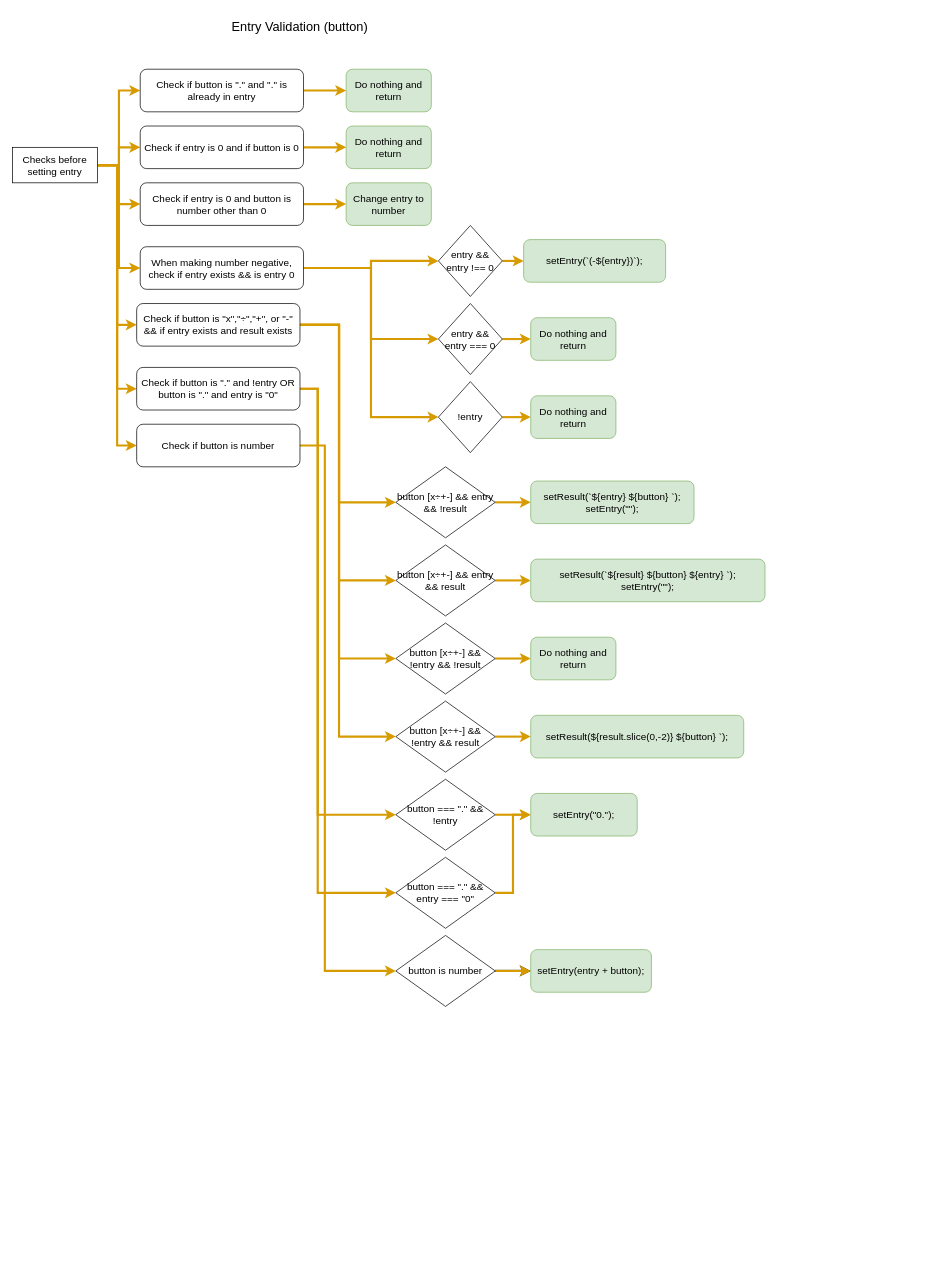
Above: Reactive-Calculator-Diagram.drawio in Joeseff6/Reactive-Calculator (draw.io), before the change. Source tidied: cells renumbered, new cells numbered last; positions are measured from the earlier drawing's top-left corner, leaving out a move shared by most shapes. Both pictures are drawn from the tidied source at 71%, with x=0, y=0 at pixel (12, 12). Pictures stored in the file or linked from it are replaced by grey dashed boxes.
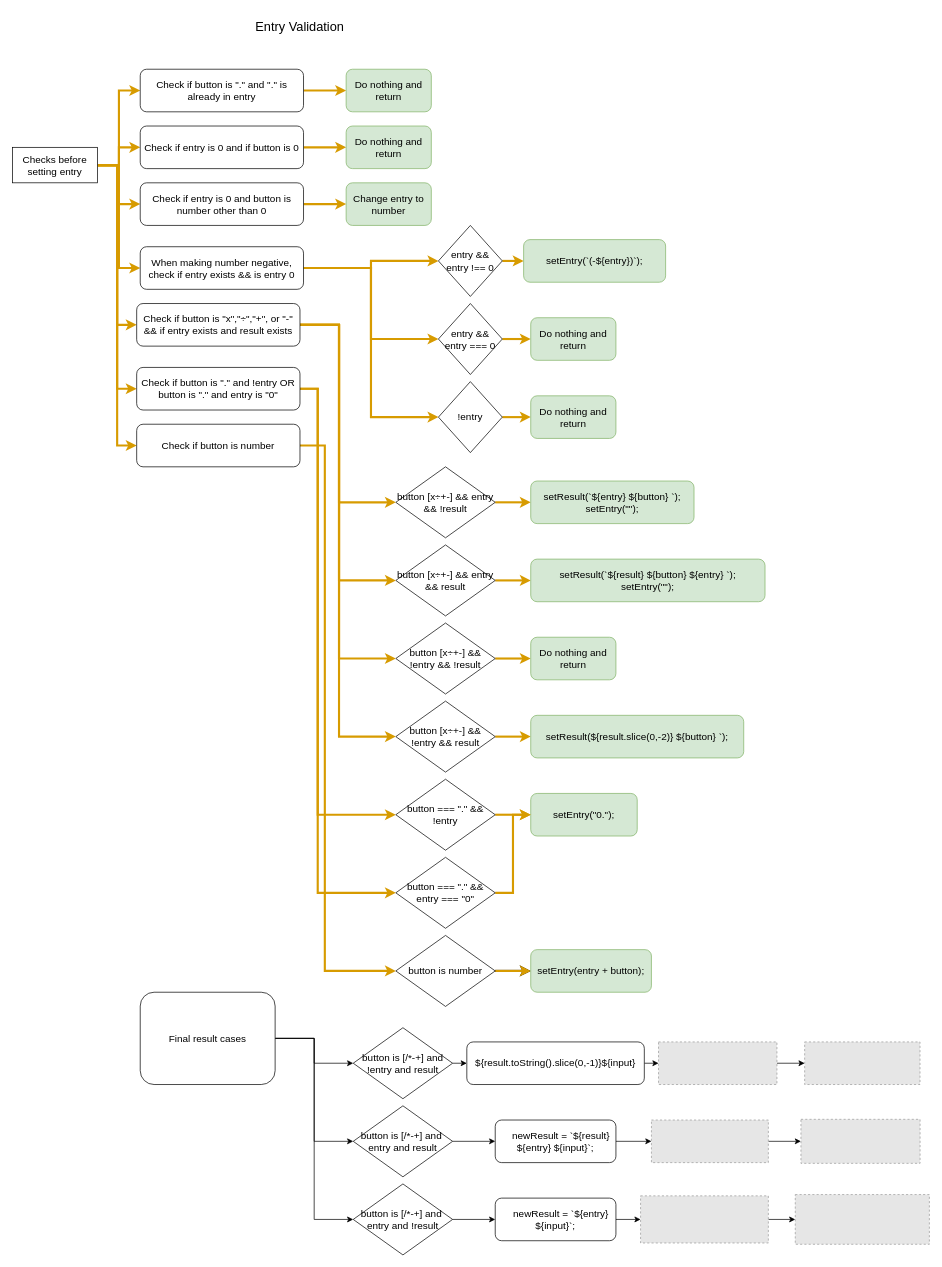
Above is the later version.

Commit message:
Added logic - final result cases

Diff of the diagram source:
```diff
@@
-    <mxCell id="2" value="Entry Validation (button)" style="text;html=1;strokeColor=none;fillColor=none;align=center;verticalAlign=middle;whiteSpace=wrap;rounded=0;fontSize=18;" parent="1" vertex="1">
+    <mxCell id="2" value="Entry Validation" style="text;html=1;strokeColor=none;fillColor=none;align=center;verticalAlign=middle;whiteSpace=wrap;rounded=0;fontSize=18;" parent="1" vertex="1">
       <mxGeometry x="305" width="200" height="40" as="geometry" />
     </mxCell>
@@
+    <mxCell id="64" style="edgeStyle=orthogonalEdgeStyle;rounded=0;jettySize=auto;html=1;exitX=1;exitY=0.5;exitDx=0;exitDy=0;fontSize=14;" parent="1" edge="1" source="67" target="69">
+      <mxGeometry relative="1" as="geometry" />
+    </mxCell>
+    <mxCell id="65" style="edgeStyle=orthogonalEdgeStyle;rounded=0;jettySize=auto;html=1;exitX=1;exitY=0.5;exitDx=0;exitDy=0;entryX=0;entryY=0.5;entryDx=0;entryDy=0;fontSize=14;" parent="1" edge="1" source="67" target="71">
+      <mxGeometry relative="1" as="geometry" />
+    </mxCell>
+    <mxCell id="66" style="edgeStyle=orthogonalEdgeStyle;rounded=0;jettySize=auto;html=1;exitX=1;exitY=0.5;exitDx=0;exitDy=0;entryX=0;entryY=0.5;entryDx=0;entryDy=0;fontSize=14;" parent="1" edge="1" source="67" target="73">
+      <mxGeometry relative="1" as="geometry" />
+    </mxCell>
+    <mxCell id="67" value="&lt;font style=&quot;font-size: 14px&quot;&gt;Final result cases&lt;br&gt;&lt;/font&gt;" style="rounded=1;whiteSpace=wrap;html=1;" parent="1" vertex="1">
+      <mxGeometry x="180" y="1380" width="190" height="130" as="geometry" />
+    </mxCell>
+    <mxCell id="68" style="edgeStyle=orthogonalEdgeStyle;rounded=0;jettySize=auto;html=1;exitX=1;exitY=0.5;exitDx=0;exitDy=0;entryX=0;entryY=0.5;entryDx=0;entryDy=0;fontSize=14;" parent="1" edge="1" source="69" target="77">
+      <mxGeometry relative="1" as="geometry" />
+    </mxCell>
+    <mxCell id="69" value="button is [/*-+] and !entry and result" style="rhombus;whiteSpace=wrap;html=1;fontSize=14;" parent="1" vertex="1">
+      <mxGeometry x="480" y="1430" width="140" height="100" as="geometry" />
+    </mxCell>
+    <mxCell id="70" style="edgeStyle=orthogonalEdgeStyle;rounded=0;jettySize=auto;html=1;exitX=1;exitY=0.5;exitDx=0;exitDy=0;entryX=0;entryY=0.5;entryDx=0;entryDy=0;fontSize=14;" parent="1" edge="1" source="71" target="75">
+      <mxGeometry relative="1" as="geometry" />
+    </mxCell>
+    <mxCell id="71" value="button is [/*-+] and&amp;nbsp; entry and result" style="rhombus;whiteSpace=wrap;html=1;fontSize=14;" parent="1" vertex="1">
+      <mxGeometry x="480" y="1540" width="140" height="100" as="geometry" />
+    </mxCell>
+    <mxCell id="72" style="edgeStyle=orthogonalEdgeStyle;rounded=0;jettySize=auto;html=1;exitX=1;exitY=0.5;exitDx=0;exitDy=0;entryX=0;entryY=0.5;entryDx=0;entryDy=0;fontSize=14;" parent="1" edge="1" source="73" target="79">
+      <mxGeometry relative="1" as="geometry" />
+    </mxCell>
+    <mxCell id="73" value="button is [/*-+] and&amp;nbsp; entry and !result" style="rhombus;whiteSpace=wrap;html=1;fontSize=14;" parent="1" vertex="1">
+      <mxGeometry x="480" y="1650" width="140" height="100" as="geometry" />
+    </mxCell>
+    <mxCell id="74" style="edgeStyle=orthogonalEdgeStyle;rounded=0;jettySize=auto;html=1;exitX=1;exitY=0.5;exitDx=0;exitDy=0;entryX=0;entryY=0.5;entryDx=0;entryDy=0;fontSize=14;" parent="1" edge="1" source="75" target="84">
+      <mxGeometry relative="1" as="geometry" />
+    </mxCell>
+    <mxCell id="75" value="&lt;div&gt;&amp;nbsp; &amp;nbsp; newResult = `${result} ${entry} ${input}`;&lt;/div&gt;" style="rounded=1;whiteSpace=wrap;html=1;fontSize=14;" parent="1" vertex="1">
+      <mxGeometry x="680" y="1560" width="170" height="60" as="geometry" />
+    </mxCell>
+    <mxCell id="76" style="edgeStyle=orthogonalEdgeStyle;rounded=0;jettySize=auto;html=1;exitX=1;exitY=0.5;exitDx=0;exitDy=0;entryX=0;entryY=0.5;entryDx=0;entryDy=0;fontSize=14;" parent="1" edge="1" source="77" target="87">
+      <mxGeometry relative="1" as="geometry" />
+    </mxCell>
+    <mxCell id="77" value="&lt;div&gt;${result.toString().slice(0,-1)}${input}&lt;/div&gt;" style="rounded=1;whiteSpace=wrap;html=1;fontSize=14;" parent="1" vertex="1">
+      <mxGeometry x="640" y="1450" width="250" height="60" as="geometry" />
+    </mxCell>
+    <mxCell id="78" style="edgeStyle=orthogonalEdgeStyle;rounded=0;jettySize=auto;html=1;exitX=1;exitY=0.5;exitDx=0;exitDy=0;entryX=0;entryY=0.5;entryDx=0;entryDy=0;fontSize=14;" parent="1" edge="1" source="79" target="81">
+      <mxGeometry relative="1" as="geometry" />
+    </mxCell>
+    <mxCell id="79" value="&lt;div&gt;&amp;nbsp; &amp;nbsp; newResult = `${entry} ${input}`;&lt;/div&gt;" style="rounded=1;whiteSpace=wrap;html=1;fontSize=14;" parent="1" vertex="1">
+      <mxGeometry x="680" y="1670" width="170" height="60" as="geometry" />
+    </mxCell>
+    <mxCell id="80" style="edgeStyle=orthogonalEdgeStyle;rounded=0;jettySize=auto;html=1;exitX=1;exitY=0.5;exitDx=0;exitDy=0;entryX=0;entryY=0.5;entryDx=0;entryDy=0;fontSize=14;" parent="1" edge="1" source="81" target="82">
+      <mxGeometry relative="1" as="geometry" />
+    </mxCell>
+    <mxCell id="81" style="fillColor=#E6E6E6;strokeColor=#999999;dashed=1;verticalLabelPosition=bottom;labelBackgroundColor=default;verticalAlign=top;" parent="1" vertex="1">
+      <mxGeometry x="884.7" y="1666.8" width="180" height="66.4" as="geometry" />
+    </mxCell>
+    <mxCell id="82" style="fillColor=#E6E6E6;strokeColor=#999999;dashed=1;verticalLabelPosition=bottom;labelBackgroundColor=default;verticalAlign=top;" parent="1" vertex="1">
+      <mxGeometry x="1102.6" y="1665" width="188.9" height="70" as="geometry" />
+    </mxCell>
+    <mxCell id="83" style="edgeStyle=orthogonalEdgeStyle;rounded=0;jettySize=auto;html=1;exitX=1;exitY=0.5;exitDx=0;exitDy=0;entryX=0;entryY=0.5;entryDx=0;entryDy=0;fontSize=14;" parent="1" edge="1" source="84" target="85">
+      <mxGeometry relative="1" as="geometry" />
+    </mxCell>
+    <mxCell id="84" style="fillColor=#E6E6E6;strokeColor=#999999;dashed=1;verticalLabelPosition=bottom;labelBackgroundColor=default;verticalAlign=top;" parent="1" vertex="1">
+      <mxGeometry x="900" y="1560" width="164.7" height="60" as="geometry" />
+    </mxCell>
+    <mxCell id="85" style="fillColor=#E6E6E6;strokeColor=#999999;dashed=1;verticalLabelPosition=bottom;labelBackgroundColor=default;verticalAlign=top;" parent="1" vertex="1">
+      <mxGeometry x="1110.6" y="1559" width="167.8" height="62" as="geometry" />
+    </mxCell>
+    <mxCell id="86" style="edgeStyle=orthogonalEdgeStyle;rounded=0;jettySize=auto;html=1;exitX=1;exitY=0.5;exitDx=0;exitDy=0;entryX=0;entryY=0.5;entryDx=0;entryDy=0;fontSize=14;" parent="1" edge="1" source="87" target="88">
+      <mxGeometry relative="1" as="geometry" />
+    </mxCell>
+    <mxCell id="87" style="fillColor=#E6E6E6;strokeColor=#999999;dashed=1;verticalLabelPosition=bottom;labelBackgroundColor=default;verticalAlign=top;" parent="1" vertex="1">
+      <mxGeometry x="910" y="1450" width="166.8" height="60" as="geometry" />
+    </mxCell>
+    <mxCell id="88" style="fillColor=#E6E6E6;strokeColor=#999999;dashed=1;verticalLabelPosition=bottom;labelBackgroundColor=default;verticalAlign=top;" parent="1" vertex="1">
+      <mxGeometry x="1115.8" y="1450" width="162.5" height="60" as="geometry" />
+    </mxCell>
```
